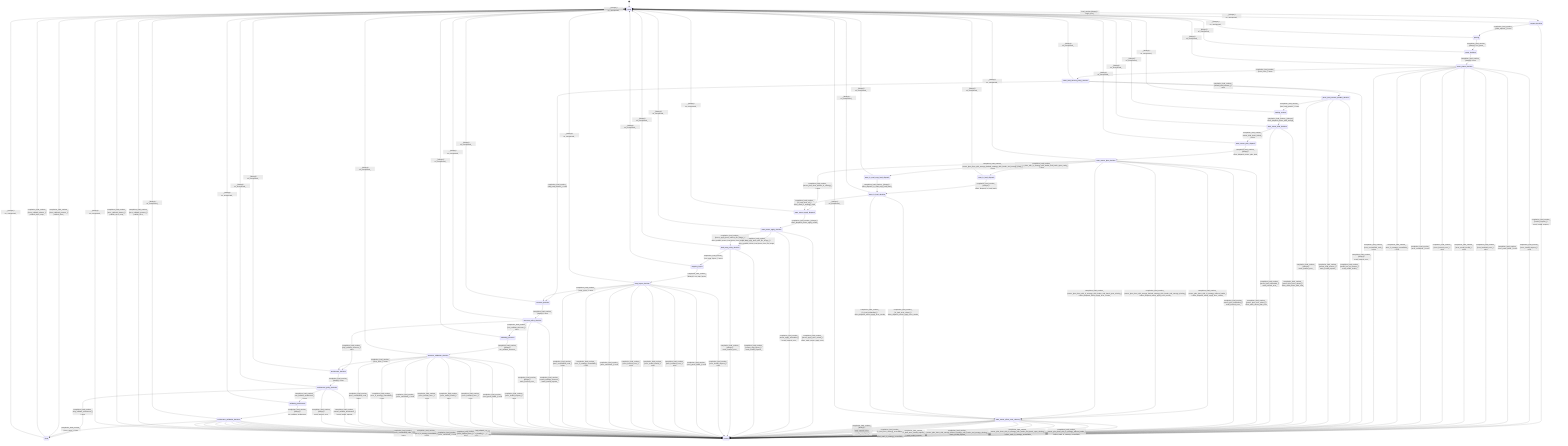
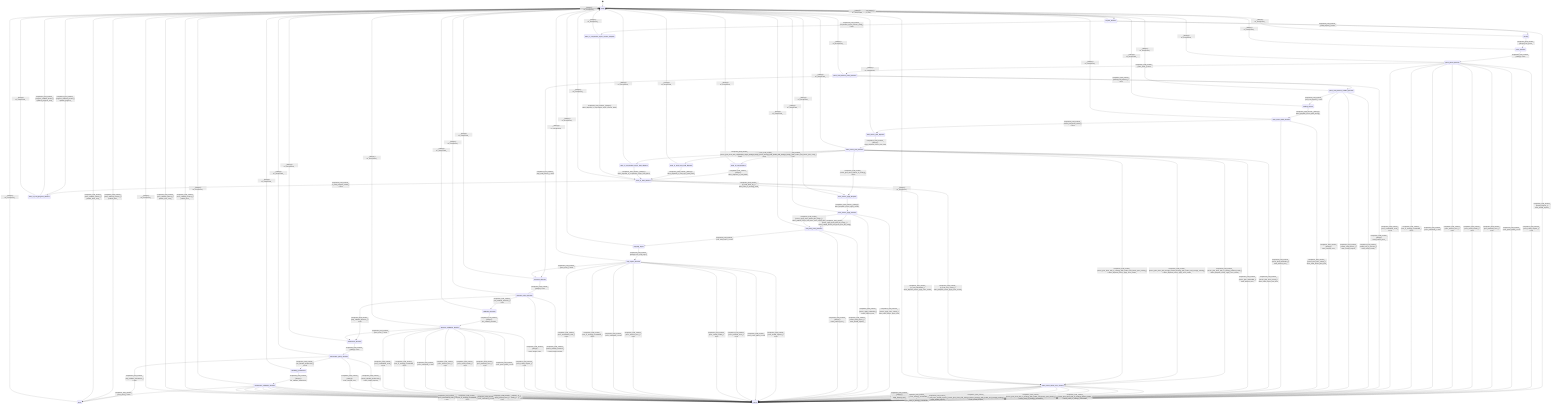
stateDiagram-v2
  direction TB
  [*] --> ready
  ready --> request_decision : load_runtime [always] / begin_load_
+   request_decision --> state_io_cooperative_async_resume_dispatch : completion_load_runtime_ [cooperative_async_resume_ready_] / none
  request_decision --> parsing : completion_load_runtime_ [valid_request_] / none
  request_decision --> errored : completion_load_runtime_ [invalid_request_] / mark_invalid_request_
  parsing --> parse_decision : completion_load_runtime_ [always] / run_parse_
  parse_decision --> parse_phase_decision : completion_load_runtime_ [always] / none
  parse_phase_decision --> parse_load_tensors_policy_decision : completion_load_runtime_ [error_none_] / none
  parse_phase_decision --> errored : completion_load_runtime_ [error_invalid_request_] / none
  parse_phase_decision --> errored : completion_load_runtime_ [error_parse_failed_] / none
  parse_phase_decision --> errored : completion_load_runtime_ [error_backend_error_] / none
  parse_phase_decision --> errored : completion_load_runtime_ [error_model_invalid_] / none
  parse_phase_decision --> errored : completion_load_runtime_ [error_internal_error_] / none
  parse_phase_decision --> errored : completion_load_runtime_ [error_untracked_] / none
  parse_phase_decision --> errored : completion_load_runtime_ [error_io_strategy_unavailable_] / none
  parse_phase_decision --> errored : completion_load_runtime_ [error_unclassified_code_] / none
  parse_load_tensors_policy_decision --> parse_load_tensors_handler_decision : completion_load_runtime_ [should_load_tensors_] / none
  parse_load_tensors_policy_decision --> structure_decision : completion_load_runtime_ [skip_load_tensors_] / none
  parse_load_tensors_policy_decision --> errored : completion_load_runtime_ [always] / mark_internal_error_
  parse_load_tensors_handler_decision --> loading_tensors : completion_load_runtime_ [can_load_tensors_] / none
  parse_load_tensors_handler_decision --> errored : completion_load_runtime_ [model_has_no_tensors_] / mark_model_invalid_
  parse_load_tensors_handler_decision --> errored : completion_load_runtime_ [cannot_load_tensors_] / mark_invalid_request_
  parse_load_tensors_handler_decision --> errored : completion_load_runtime_ [always] / mark_internal_error_
  loading_tensors --> state_tensor_bind_decision : completion_load_runtime_ [always] / effect_dispatch_tensor_bind_storage_
  state_tensor_bind_decision --> state_tensor_plan_dispatch : completion_load_runtime_ [tensor_bind_done_raised_] / none
  state_tensor_bind_decision --> errored : completion_load_runtime_ [tensor_bind_error_raised_] / effect_mark_tensor_bind_error_
  state_tensor_bind_decision --> errored : completion_load_runtime_ [tensor_bind_unhandled_] / mark_internal_error_
  state_tensor_plan_dispatch --> state_tensor_plan_decision : completion_load_runtime_ [always] / effect_dispatch_tensor_plan_load_
  state_tensor_plan_decision --> state_tensor_apply_dispatch : completion_load_runtime_ [tensor_plan_done_without_io_strategy_] / none
  state_tensor_plan_decision --> state_tensor_effect_error_cleanup : completion_load_runtime_ [tensor_plan_done_with_io_strategy_without_loader_] / effect_dispatch_tensor_apply_error_results_
  state_tensor_plan_decision --> state_io_load_dispatch : completion_load_runtime_ [tensor_plan_done_with_io_strategy_with_loader_and_batch_span_ready_] / none
  state_tensor_plan_decision --> state_io_read_copy_load_dispatch : completion_load_runtime_ [tensor_plan_done_with_storage_backed_strategy_with_loader_and_storage_ready_] / none
+   state_tensor_plan_decision --> state_io_cooperative_async_load_dispatch : completion_load_runtime_ [tensor_plan_done_with_cooperative_async_storage_ready_] / none
  state_tensor_plan_decision --> state_tensor_effect_error_cleanup : completion_load_runtime_ [tensor_plan_done_with_storage_backed_strategy_with_loader_and_storage_missing_] / effect_dispatch_tensor_apply_error_results_
  state_tensor_plan_decision --> state_tensor_effect_error_cleanup : completion_load_runtime_ [tensor_plan_done_with_io_strategy_with_loader_and_batch_span_missing_] / effect_dispatch_tensor_apply_error_results_
  state_tensor_plan_decision --> errored : completion_load_runtime_ [tensor_plan_error_raised_] / effect_mark_tensor_plan_error_
  state_tensor_plan_decision --> errored : completion_load_runtime_ [tensor_plan_unhandled_] / mark_internal_error_
  state_io_load_dispatch --> state_io_load_decision : completion_load_runtime_ [always] / effect_dispatch_io_load_batch_
  state_io_read_copy_load_dispatch --> state_io_load_decision : completion_load_runtime_ [always] / effect_dispatch_io_read_copy_load_batch_
+   state_io_cooperative_async_load_dispatch --> state_io_load_decision : completion_load_runtime_ [always] / effect_dispatch_io_cooperative_async_load_batch_
+   state_io_cooperative_async_resume_dispatch --> state_io_load_decision : completion_load_runtime_ [always] / effect_dispatch_io_cooperative_async_resume_batch_
  state_io_load_decision --> state_tensor_apply_dispatch : completion_load_runtime_ [io_load_done_all_] / effect_mark_io_strategy_used_
+   state_io_load_decision --> state_io_load_progress_decision : completion_load_runtime_ [io_load_progress_raised_] / none
  state_io_load_decision --> state_tensor_effect_error_cleanup : completion_load_runtime_ [io_load_error_raised_] / effect_dispatch_tensor_apply_error_results_
  state_io_load_decision --> state_tensor_effect_error_cleanup : completion_load_runtime_ [io_load_unhandled_] / effect_dispatch_tensor_apply_error_results_
+   state_io_load_progress_decision --> ready : completion_load_runtime_ [progress_callback_present_] / publish_progress_
+   state_io_load_progress_decision --> ready : completion_load_runtime_ [progress_callback_absent_] / publish_progress_noop_
  state_tensor_effect_error_cleanup --> errored : completion_load_runtime_ [tensor_plan_done_with_io_strategy_without_loader_] / effect_mark_io_strategy_unavailable_
  state_tensor_effect_error_cleanup --> errored : completion_load_runtime_ [tensor_plan_done_with_io_strategy_with_loader_and_batch_span_missing_] / effect_mark_io_strategy_unavailable_
  state_tensor_effect_error_cleanup --> errored : completion_load_runtime_ [tensor_plan_done_with_storage_backed_strategy_with_loader_and_storage_missing_] / mark_invalid_request_
  state_tensor_effect_error_cleanup --> errored : completion_load_runtime_ [io_load_error_invalid_request_] / mark_invalid_request_
  state_tensor_effect_error_cleanup --> errored : completion_load_runtime_ [io_load_error_strategy_unavailable_] / effect_mark_io_strategy_unavailable_
  state_tensor_effect_error_cleanup --> errored : completion_load_runtime_ [io_load_error_internal_] / mark_internal_error_
  state_tensor_effect_error_cleanup --> errored : completion_load_runtime_ [io_load_error_untracked_] / mark_untracked_
  state_tensor_effect_error_cleanup --> errored : completion_load_runtime_ [io_load_error_unclassified_] / mark_internal_error_
  state_tensor_effect_error_cleanup --> errored : completion_load_runtime_ [io_load_unhandled_] / mark_internal_error_
  state_tensor_effect_error_cleanup --> errored : completion_load_runtime_ [always] / mark_internal_error_
  state_tensor_apply_dispatch --> state_tensor_apply_decision : completion_load_runtime_ [always] / effect_dispatch_tensor_apply_results_
  state_tensor_apply_decision --> load_map_policy_decision : completion_load_runtime_ [tensor_apply_done_with_file_image_] / effect_publish_tensor_load_done_from_file_image_
  state_tensor_apply_decision --> load_map_policy_decision : completion_load_runtime_ [tensor_apply_done_without_file_image_] / effect_publish_tensor_load_done_from_model_data_
  state_tensor_apply_decision --> errored : completion_load_runtime_ [tensor_apply_error_raised_] / effect_mark_tensor_apply_error_
  state_tensor_apply_decision --> errored : completion_load_runtime_ [tensor_apply_unhandled_] / mark_internal_error_
  load_map_policy_decision --> mapping_layers : completion_load_runtime_ [can_map_layers_] / none
  load_map_policy_decision --> errored : completion_load_runtime_ [cannot_map_layers_] / mark_invalid_request_
  load_map_policy_decision --> errored : completion_load_runtime_ [always] / mark_internal_error_
  mapping_layers --> map_layers_decision : completion_load_runtime_ [always] / run_map_layers_
  map_layers_decision --> structure_decision : completion_load_runtime_ [error_none_] / none
  map_layers_decision --> errored : completion_load_runtime_ [error_invalid_request_] / none
  map_layers_decision --> errored : completion_load_runtime_ [error_parse_failed_] / none
  map_layers_decision --> errored : completion_load_runtime_ [error_backend_error_] / none
  map_layers_decision --> errored : completion_load_runtime_ [error_model_invalid_] / none
  map_layers_decision --> errored : completion_load_runtime_ [error_internal_error_] / none
  map_layers_decision --> errored : completion_load_runtime_ [error_untracked_] / none
  map_layers_decision --> errored : completion_load_runtime_ [error_io_strategy_unavailable_] / none
  map_layers_decision --> errored : completion_load_runtime_ [error_unclassified_code_] / none
  structure_decision --> structure_policy_decision : completion_load_runtime_ [always] / none
  structure_policy_decision --> architecture_decision : completion_load_runtime_ [skip_validate_structure_] / none
  structure_policy_decision --> validating_structure : completion_load_runtime_ [can_validate_structure_] / none
  structure_policy_decision --> errored : completion_load_runtime_ [cannot_validate_structure_] / mark_invalid_request_
  structure_policy_decision --> errored : completion_load_runtime_ [always] / mark_internal_error_
  validating_structure --> structure_validation_decision : completion_load_runtime_ [always] / run_validate_structure_
  structure_validation_decision --> architecture_decision : completion_load_runtime_ [error_none_] / none
  structure_validation_decision --> errored : completion_load_runtime_ [error_invalid_request_] / none
  structure_validation_decision --> errored : completion_load_runtime_ [error_parse_failed_] / none
  structure_validation_decision --> errored : completion_load_runtime_ [error_backend_error_] / none
  structure_validation_decision --> errored : completion_load_runtime_ [error_model_invalid_] / none
  structure_validation_decision --> errored : completion_load_runtime_ [error_internal_error_] / none
  structure_validation_decision --> errored : completion_load_runtime_ [error_untracked_] / none
  structure_validation_decision --> errored : completion_load_runtime_ [error_io_strategy_unavailable_] / none
  structure_validation_decision --> errored : completion_load_runtime_ [error_unclassified_code_] / none
  architecture_decision --> architecture_policy_decision : completion_load_runtime_ [always] / none
  architecture_policy_decision --> done : completion_load_runtime_ [skip_validate_architecture_] / none
  architecture_policy_decision --> validating_architecture : completion_load_runtime_ [can_validate_architecture_] / none
  architecture_policy_decision --> errored : completion_load_runtime_ [cannot_validate_architecture_] / mark_invalid_request_
  architecture_policy_decision --> errored : completion_load_runtime_ [always] / mark_internal_error_
  validating_architecture --> architecture_validation_decision : completion_load_runtime_ [always] / run_validate_architecture_
  architecture_validation_decision --> done : completion_load_runtime_ [error_none_] / none
  architecture_validation_decision --> errored : completion_load_runtime_ [error_invalid_request_] / none
  architecture_validation_decision --> errored : completion_load_runtime_ [error_parse_failed_] / none
  architecture_validation_decision --> errored : completion_load_runtime_ [error_backend_error_] / none
  architecture_validation_decision --> errored : completion_load_runtime_ [error_model_invalid_] / none
  architecture_validation_decision --> errored : completion_load_runtime_ [error_internal_error_] / none
  architecture_validation_decision --> errored : completion_load_runtime_ [error_untracked_] / none
  architecture_validation_decision --> errored : completion_load_runtime_ [error_io_strategy_unavailable_] / none
  architecture_validation_decision --> errored : completion_load_runtime_ [error_unclassified_code_] / none
  done --> ready : completion_load_runtime_ [done_callback_present_] / publish_done_
  done --> ready : completion_load_runtime_ [done_callback_absent_] / publish_done_noop_
  errored --> ready : completion_load_runtime_ [error_callback_present_] / publish_error_
  errored --> ready : completion_load_runtime_ [error_callback_absent_] / publish_error_noop_
  ready --> ready : _ [always] / on_unexpected_
  request_decision --> ready : _ [always] / on_unexpected_
  parsing --> ready : _ [always] / on_unexpected_
  parse_decision --> ready : _ [always] / on_unexpected_
  parse_phase_decision --> ready : _ [always] / on_unexpected_
  parse_load_tensors_policy_decision --> ready : _ [always] / on_unexpected_
  parse_load_tensors_handler_decision --> ready : _ [always] / on_unexpected_
  loading_tensors --> ready : _ [always] / on_unexpected_
  state_tensor_bind_decision --> ready : _ [always] / on_unexpected_
  state_tensor_plan_dispatch --> ready : _ [always] / on_unexpected_
  state_tensor_plan_decision --> ready : _ [always] / on_unexpected_
  state_io_load_dispatch --> ready : _ [always] / on_unexpected_
  state_io_read_copy_load_dispatch --> ready : _ [always] / on_unexpected_
+   state_io_cooperative_async_load_dispatch --> ready : _ [always] / on_unexpected_
+   state_io_cooperative_async_resume_dispatch --> ready : _ [always] / on_unexpected_
  state_io_load_decision --> ready : _ [always] / on_unexpected_
+   state_io_load_progress_decision --> ready : _ [always] / on_unexpected_
  state_tensor_effect_error_cleanup --> ready : _ [always] / on_unexpected_
  state_tensor_apply_dispatch --> ready : _ [always] / on_unexpected_
  state_tensor_apply_decision --> ready : _ [always] / on_unexpected_
  load_map_policy_decision --> ready : _ [always] / on_unexpected_
  mapping_layers --> ready : _ [always] / on_unexpected_
  map_layers_decision --> ready : _ [always] / on_unexpected_
  structure_decision --> ready : _ [always] / on_unexpected_
  structure_policy_decision --> ready : _ [always] / on_unexpected_
  validating_structure --> ready : _ [always] / on_unexpected_
  structure_validation_decision --> ready : _ [always] / on_unexpected_
  architecture_decision --> ready : _ [always] / on_unexpected_
  architecture_policy_decision --> ready : _ [always] / on_unexpected_
  validating_architecture --> ready : _ [always] / on_unexpected_
  architecture_validation_decision --> ready : _ [always] / on_unexpected_
  done --> ready : _ [always] / on_unexpected_
  errored --> ready : _ [always] / on_unexpected_
